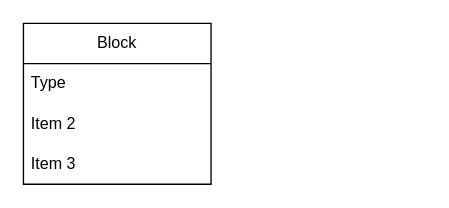
The draw.io diagram DATN.drawio in VuDuongThanh03/DiagramGame, before the edit. Source tidied: cells renumbered, new cells numbered last; positions are measured from the earlier drawing's top-left corner, leaving out a move shared by most shapes. Both pictures are drawn from the tidied source at 134%, with x=0, y=0 at pixel (23, 23).
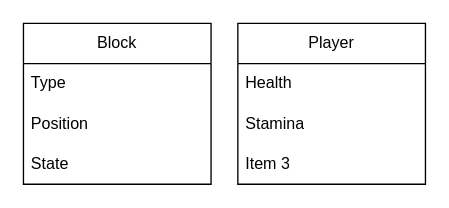
After the change.

Commit message (it also covers changes not shown here):
Cập nhật DATN.drawio

The edit, as a diff of the source:
```diff
@@
 <mxGraphModel>
   <root>
     <mxCell id="0" />
     <mxCell id="1" parent="0" />
     <mxCell id="2" value="Block" style="swimlane;fontStyle=0;horizontal=1;startSize=30;whiteSpace=wrap;html=1;" parent="1" vertex="1">
       <mxGeometry width="140" height="120" as="geometry" />
     </mxCell>
     <mxCell id="3" value="Type" style="text;strokeColor=none;fillColor=none;align=left;verticalAlign=middle;spacingLeft=4;spacingRight=4;overflow=hidden;whiteSpace=wrap;html=1;" parent="2" vertex="1">
       <mxGeometry y="30" width="140" height="30" as="geometry" />
     </mxCell>
-    <mxCell id="4" value="Item 2" style="text;strokeColor=none;fillColor=none;align=left;verticalAlign=middle;spacingLeft=4;spacingRight=4;overflow=hidden;whiteSpace=wrap;html=1;" parent="2" vertex="1">
+    <mxCell id="4" value="Position" style="text;strokeColor=none;fillColor=none;align=left;verticalAlign=middle;spacingLeft=4;spacingRight=4;overflow=hidden;whiteSpace=wrap;html=1;" parent="2" vertex="1">
       <mxGeometry y="60" width="140" height="30" as="geometry" />
     </mxCell>
-    <mxCell id="5" value="Item 3" style="text;strokeColor=none;fillColor=none;align=left;verticalAlign=middle;spacingLeft=4;spacingRight=4;overflow=hidden;whiteSpace=wrap;html=1;" parent="2" vertex="1">
+    <mxCell id="5" value="State" style="text;strokeColor=none;fillColor=none;align=left;verticalAlign=middle;spacingLeft=4;spacingRight=4;overflow=hidden;whiteSpace=wrap;html=1;" parent="2" vertex="1">
       <mxGeometry y="90" width="140" height="30" as="geometry" />
     </mxCell>
+    <mxCell id="6" value="Player" style="swimlane;fontStyle=0;horizontal=1;startSize=30;whiteSpace=wrap;html=1;" parent="1" vertex="1">
+      <mxGeometry x="160" width="140" height="120" as="geometry" />
+    </mxCell>
+    <mxCell id="7" value="Health" style="text;strokeColor=none;fillColor=none;align=left;verticalAlign=middle;spacingLeft=4;spacingRight=4;overflow=hidden;whiteSpace=wrap;html=1;" parent="6" vertex="1">
+      <mxGeometry y="30" width="140" height="30" as="geometry" />
+    </mxCell>
+    <mxCell id="8" value="Stamina" style="text;strokeColor=none;fillColor=none;align=left;verticalAlign=middle;spacingLeft=4;spacingRight=4;overflow=hidden;whiteSpace=wrap;html=1;" parent="6" vertex="1">
+      <mxGeometry y="60" width="140" height="30" as="geometry" />
+    </mxCell>
+    <mxCell id="9" value="Item 3" style="text;strokeColor=none;fillColor=none;align=left;verticalAlign=middle;spacingLeft=4;spacingRight=4;overflow=hidden;whiteSpace=wrap;html=1;" parent="6" vertex="1">
+      <mxGeometry y="90" width="140" height="30" as="geometry" />
+    </mxCell>
   </root>
 </mxGraphModel>
```
